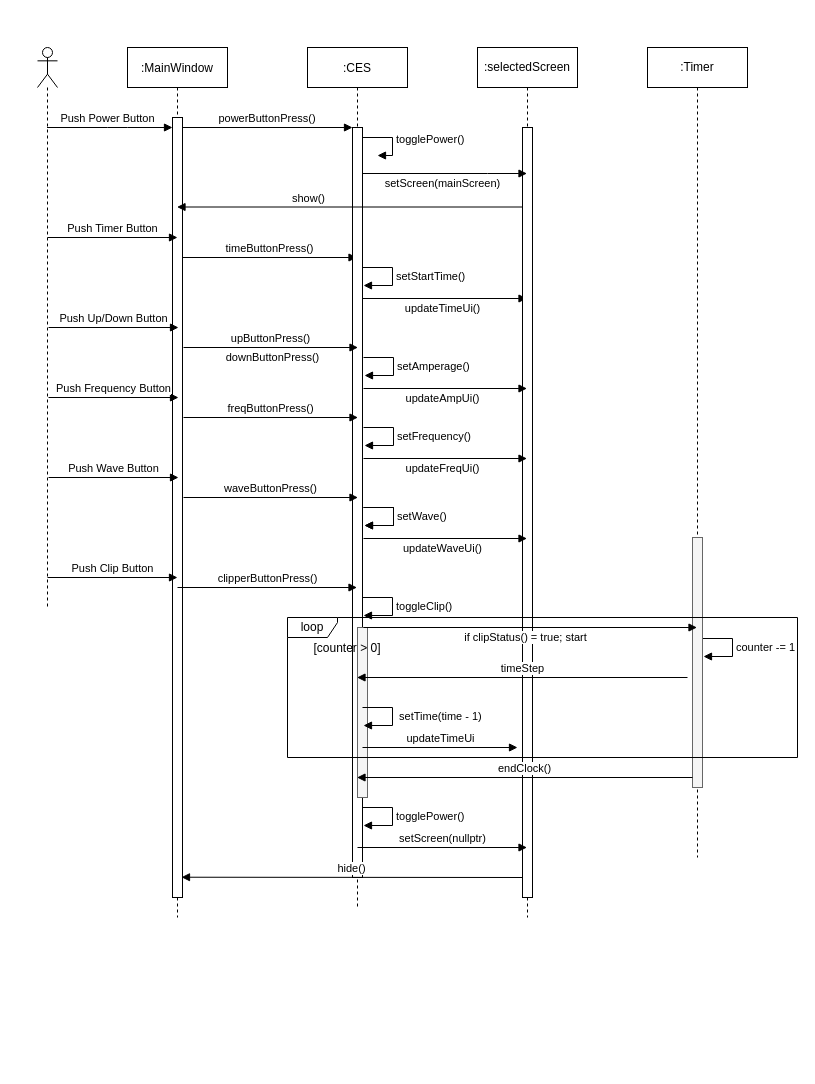
willwright1213/CESSimulator keeps this draw.io diagram as page "Page-1" (1 of 3) of Documentation/scenario.drawio. Above is the earlier version. Source tidied: cells renumbered, new cells numbered last; positions are measured from the earlier drawing's top-left corner, leaving out a move shared by most shapes. Both pictures are drawn from the tidied source at 100%, with x=0, y=0 at pixel (37, 47).
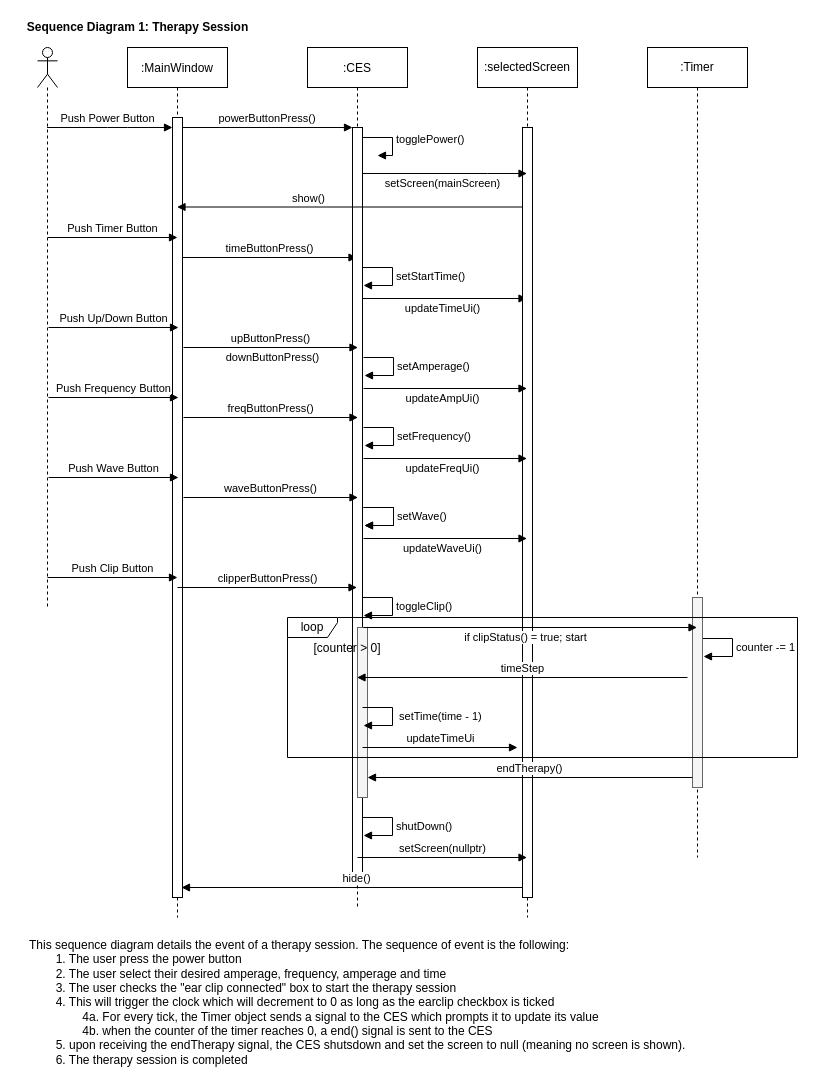
The same page after the edit.

The change refers to these unchanged cells:
```xml
<mxCell id="2" value=":selectedScreen" style="shape=umlLifeline;perimeter=lifelinePerimeter;whiteSpace=wrap;html=1;outlineConnect=0;" parent="1" vertex="1">
  <mxGeometry x="440" width="100" height="870" as="geometry" />
</mxCell>
<mxCell id="6" style="points=[];perimeter=orthogonalPerimeter;rounded=0;shadow=0;strokeWidth=1;" parent="5" vertex="1">
  <mxGeometry x="45" y="70" width="10" height="780" as="geometry" />
</mxCell>
<mxCell id="8" value=":CES" style="shape=umlLifeline;perimeter=lifelinePerimeter;rounded=0;shadow=0;strokeWidth=1;" parent="1" vertex="1">
  <mxGeometry x="270" width="100" height="860" as="geometry" />
</mxCell>
```

What changed in the source:
```diff
@@
-    <mxCell id="15" value="togglePower()" style="edgeStyle=orthogonalEdgeStyle;html=1;align=left;spacingLeft=2;endArrow=block;rounded=0;entryX=1.1;entryY=0.175;entryDx=0;entryDy=0;entryPerimeter=0;" parent="8" edge="1">
+    <mxCell id="15" value="shutDown()" style="edgeStyle=orthogonalEdgeStyle;html=1;align=left;spacingLeft=2;endArrow=block;rounded=0;entryX=1.1;entryY=0.175;entryDx=0;entryDy=0;entryPerimeter=0;" parent="8" edge="1">
       <mxGeometry relative="1" as="geometry">
-        <mxPoint x="55" y="760" as="sourcePoint" />
-        <mxPoint x="56" y="778" as="targetPoint" />
+        <mxPoint x="55" y="770" as="sourcePoint" />
+        <mxPoint x="56" y="788" as="targetPoint" />
         <Array as="points">
-          <mxPoint x="85" y="760" />
-          <mxPoint x="85" y="778" />
+          <mxPoint x="85" y="770" />
+          <mxPoint x="85" y="788" />
         </Array>
       </mxGeometry>
     </mxCell>
@@
     <mxCell id="35" style="html=1;perimeter=orthogonalPerimeter;fillColor=#f5f5f5;fontColor=#333333;strokeColor=#666666;" parent="1" vertex="1">
-      <mxGeometry x="655" y="490" width="10" height="250" as="geometry" />
+      <mxGeometry x="655" y="550" width="10" height="190" as="geometry" />
     </mxCell>
@@
-    <mxCell id="44" value="endClock()" style="html=1;verticalAlign=bottom;endArrow=block;rounded=0;exitX=-0.2;exitY=0.75;exitDx=0;exitDy=0;exitPerimeter=0;" parent="1" edge="1" target="8">
+    <mxCell id="44" value="endTherapy()" style="html=1;verticalAlign=bottom;endArrow=block;rounded=0;exitX=-0.2;exitY=0.75;exitDx=0;exitDy=0;exitPerimeter=0;" parent="1" edge="1">
       <mxGeometry relative="1" as="geometry">
         <mxPoint x="655" y="730" as="sourcePoint" />
+        <mxPoint x="330" y="730" as="targetPoint" />
       </mxGeometry>
     </mxCell>
@@
-    <mxCell id="47" value="setScreen(nullptr)" style="html=1;verticalAlign=bottom;endArrow=block;rounded=0;exitX=-0.2;exitY=0.75;exitDx=0;exitDy=0;exitPerimeter=0;" parent="1" edge="1" target="2">
+    <mxCell id="47" value="setScreen(nullptr)" style="html=1;verticalAlign=bottom;endArrow=block;rounded=0;edgeStyle=orthogonalEdgeStyle;" parent="1" edge="1" target="2">
       <mxGeometry relative="1" as="geometry">
-        <mxPoint x="320" y="800" as="sourcePoint" />
+        <mxPoint x="320" y="810" as="sourcePoint" />
+        <Array as="points">
+          <mxPoint x="320" y="810" />
+        </Array>
       </mxGeometry>
     </mxCell>
-    <mxCell id="48" value="hide()" style="html=1;verticalAlign=bottom;endArrow=block;rounded=0;exitX=-0.2;exitY=0.75;exitDx=0;exitDy=0;exitPerimeter=0;entryX=0.9;entryY=0.974;entryDx=0;entryDy=0;entryPerimeter=0;" parent="1" edge="1" target="6">
+    <mxCell id="48" value="hide()" style="html=1;verticalAlign=bottom;endArrow=block;rounded=0;exitX=-0.2;exitY=0.75;exitDx=0;exitDy=0;exitPerimeter=0;edgeStyle=orthogonalEdgeStyle;" parent="1" edge="1">
       <mxGeometry relative="1" as="geometry">
         <mxPoint x="485" y="830" as="sourcePoint" />
+        <mxPoint x="144" y="840" as="targetPoint" />
+        <Array as="points">
+          <mxPoint x="485" y="840" />
+          <mxPoint x="144" y="840" />
+        </Array>
       </mxGeometry>
     </mxCell>
+    <mxCell id="49" value="This sequence diagram details the event of a therapy session. The sequence of event is the following:&lt;br&gt;&lt;span style=&quot;white-space: pre&quot;&gt;&#9;&lt;/span&gt;1. The user press the power button&lt;br&gt;&lt;span style=&quot;white-space: pre&quot;&gt;&#9;&lt;/span&gt;2. The user select their desired amperage, frequency, amperage and time&lt;br&gt;&lt;span style=&quot;white-space: pre&quot;&gt;&#9;&lt;/span&gt;3. The user checks the &quot;ear clip connected&quot; box to start the therapy session&lt;br&gt;&lt;span style=&quot;white-space: pre&quot;&gt;&#9;&lt;/span&gt;4. This will trigger the clock which will decrement to 0 as long as the earclip checkbox is ticked&lt;br&gt;&lt;span style=&quot;white-space: pre&quot;&gt;&#9;&lt;span style=&quot;white-space: pre&quot;&gt;&#9;&lt;/span&gt;4&lt;/span&gt;a. For every tick, the Timer object sends a signal to the CES which prompts it to update its value&lt;br&gt;&lt;span style=&quot;white-space: pre&quot;&gt;&#9;&lt;/span&gt;&lt;span style=&quot;white-space: pre&quot;&gt;&#9;&lt;/span&gt;4b. when the counter of the timer reaches 0, a end() signal is sent to the CES&lt;br&gt;&lt;span style=&quot;white-space: pre&quot;&gt;&#9;&lt;/span&gt;5. upon receiving the endTherapy signal, the CES shutsdown and set the screen to null (meaning no screen is shown).&lt;br&gt;&lt;span style=&quot;white-space: pre&quot;&gt;&#9;&lt;/span&gt;6. The therapy session is completed" style="text;html=1;align=left;verticalAlign=middle;" parent="1" vertex="1">
+      <mxGeometry x="-10" y="890" width="670" height="130" as="geometry" />
+    </mxCell>
+    <mxCell id="50" value="Sequence Diagram 1: Therapy Session" style="text;html=1;align=center;verticalAlign=middle;strokeColor=none;fillColor=none;fontStyle=1;" parent="1" vertex="1">
+      <mxGeometry x="-20" y="-30" width="240" height="20" as="geometry" />
+    </mxCell>
```
